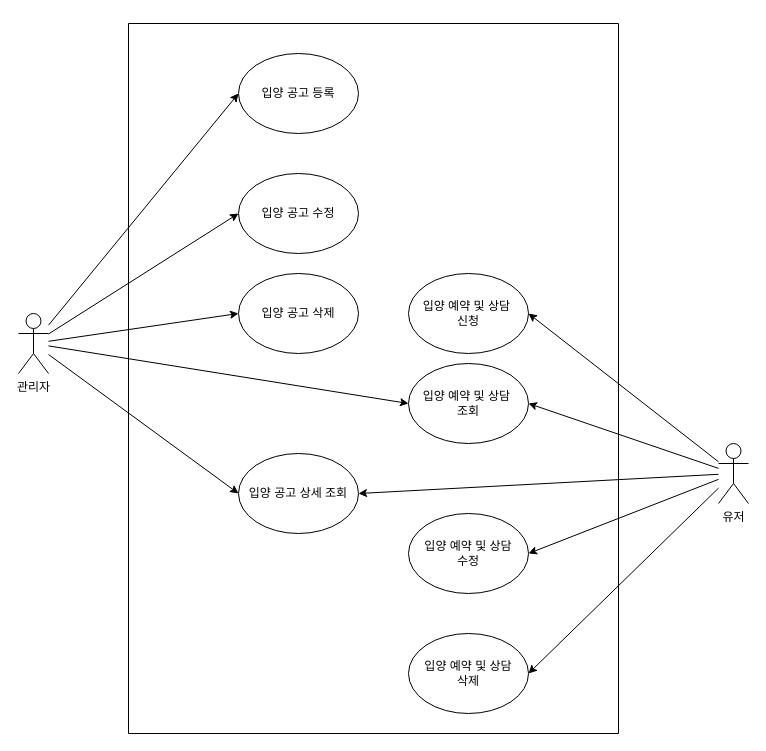
Earlier version of the draw.io diagram 제목 없는 다이어그램.drawio (networkSorcerer/project). Source tidied: cells renumbered, new cells numbered last; positions are measured from the earlier drawing's top-left corner, leaving out a move shared by most shapes. Both pictures are drawn from the tidied source at 100%, with x=0, y=0 at pixel (18, 23).
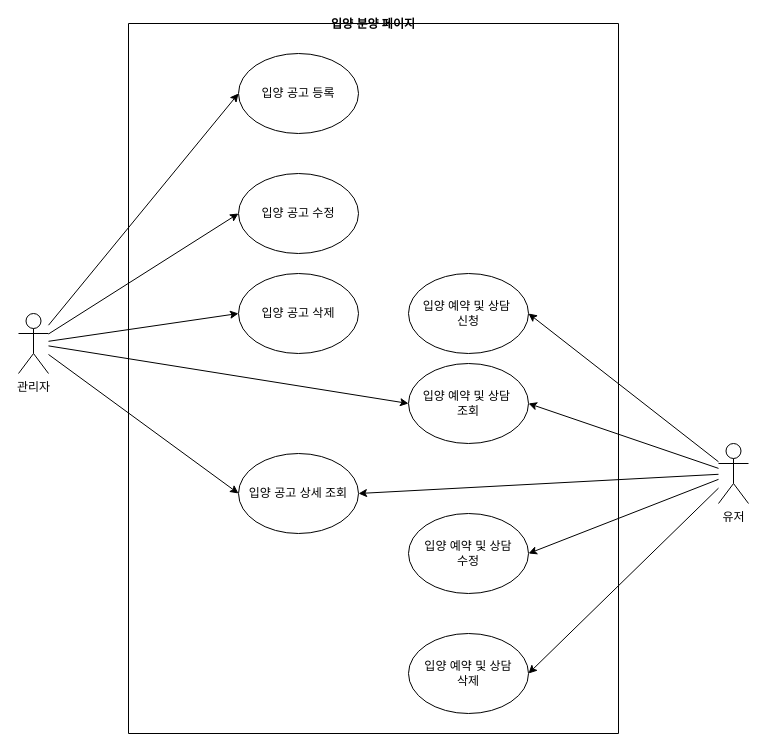
The same diagram, later.

Commit message:
제목 없는 다이어그램.drawio 업데이트

Diff of the diagram source:
```diff
@@
-    <mxCell id="2" style="swimlane;startSize=0;" parent="1" vertex="1">
+    <mxCell id="2" value="입양 분양 페이지" style="swimlane;startSize=0;" parent="1" vertex="1">
       <mxGeometry x="110" width="490" height="710" as="geometry" />
     </mxCell>
```
